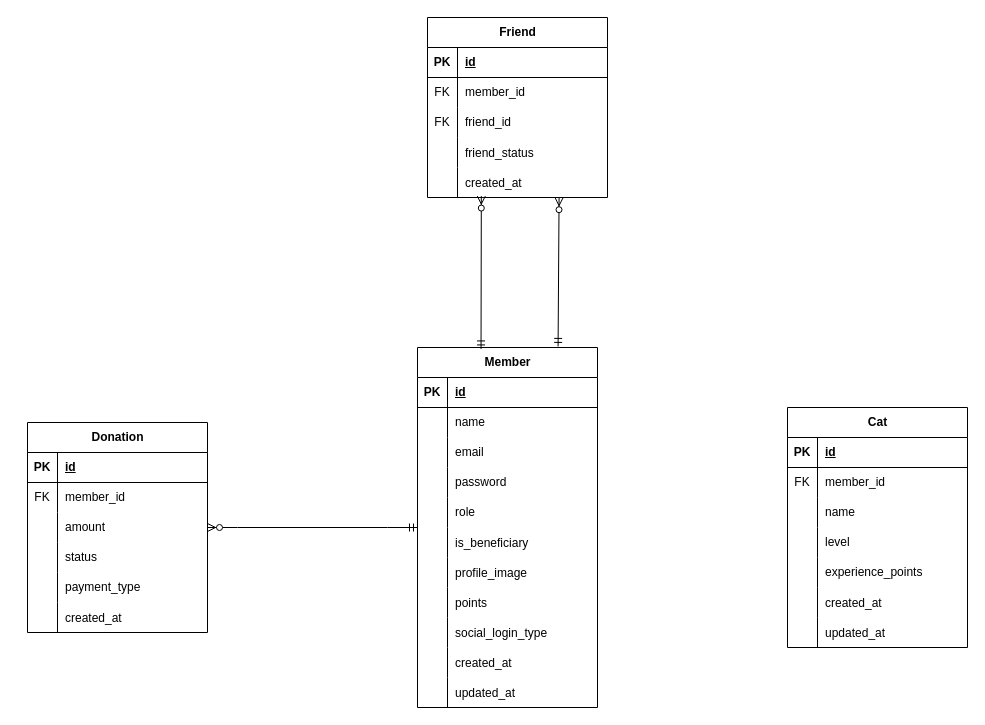
Before: ChaeumERD.drawio in 2025-Advanced-Capstone-Chaeum/ERD, a draw.io diagram. Source tidied: cells renumbered, new cells numbered last; positions are measured from the earlier drawing's top-left corner, leaving out a move shared by most shapes. Both pictures are drawn from the tidied source at 100%, with x=0, y=0 at pixel (27, 17).
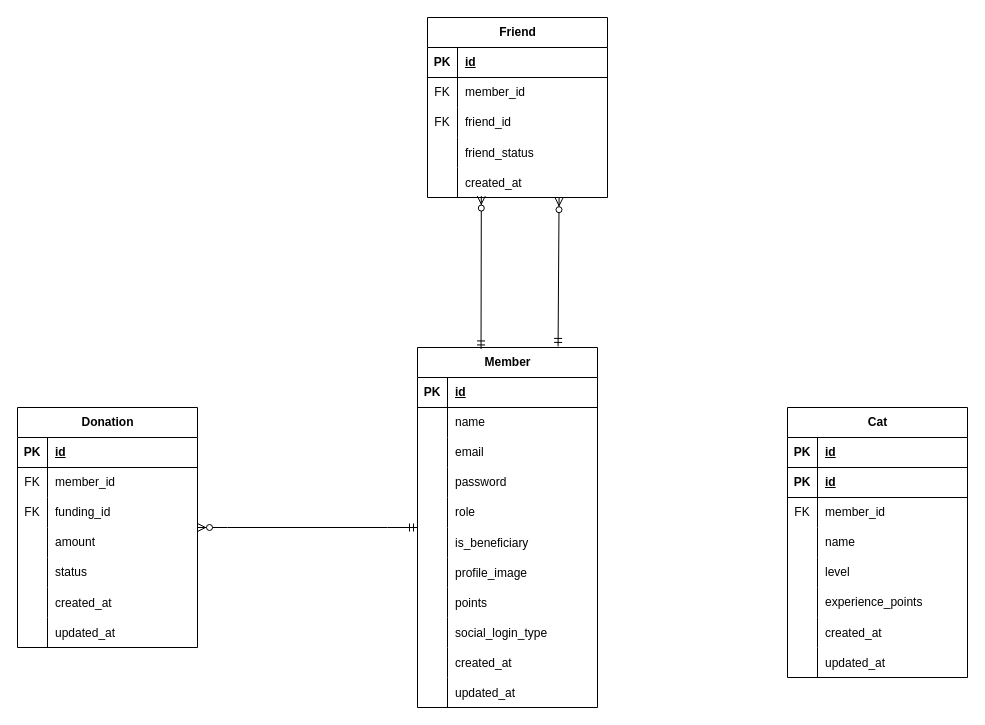
After the change.

Commit message:
docs(ERD): Donation 테이블 속성 추가

The change refers to these unchanged cells:
```xml
<mxCell id="44" style="shape=tableRow;horizontal=0;startSize=0;swimlaneHead=0;swimlaneBody=0;fillColor=none;top=0;left=0;right=0;bottom=0;" parent="37" vertex="1">
  <mxGeometry y="90" width="180" height="30" as="geometry" />
</mxCell>
<mxCell id="47" style="shape=tableRow;horizontal=0;startSize=0;swimlaneHead=0;swimlaneBody=0;fillColor=none;top=0;left=0;right=0;bottom=0;" parent="37" vertex="1">
  <mxGeometry y="120" width="180" height="30" as="geometry" />
</mxCell>
<mxCell id="50" style="shape=tableRow;horizontal=0;startSize=0;swimlaneHead=0;swimlaneBody=0;fillColor=none;top=0;left=0;right=0;bottom=0;" parent="37" vertex="1">
  <mxGeometry y="150" width="180" height="30" as="geometry" />
</mxCell>
```

Change to the diagram source:
```diff
@@
     <mxCell id="37" value="Donation" style="shape=table;startSize=30;childLayout=tableLayout;rowLines=0;fontStyle=1;align=center;html=1;" parent="1" vertex="1">
-      <mxGeometry y="405" width="180" height="210" as="geometry" />
+      <mxGeometry x="-10" y="390" width="180" height="240" as="geometry" />
     </mxCell>
@@
-    <mxCell id="45" style="shape=partialRectangle;fillColor=none;top=0;left=0;bottom=0;right=0;overflow=hidden;whiteSpace=wrap;html=1;" parent="44" vertex="1">
+    <mxCell id="45" value="FK" style="shape=partialRectangle;fillColor=none;top=0;left=0;bottom=0;right=0;overflow=hidden;whiteSpace=wrap;html=1;" parent="44" vertex="1">
       <mxGeometry width="30" height="30" as="geometry" />
     </mxCell>
-    <mxCell id="46" value="amount" style="shape=partialRectangle;fillColor=none;top=0;left=0;bottom=0;right=0;align=left;spacingLeft=6;overflow=hidden;whiteSpace=wrap;html=1;" parent="44" vertex="1">
+    <mxCell id="46" value="funding_id" style="shape=partialRectangle;fillColor=none;top=0;left=0;bottom=0;right=0;align=left;spacingLeft=6;overflow=hidden;whiteSpace=wrap;html=1;" parent="44" vertex="1">
       <mxGeometry x="30" width="150" height="30" as="geometry" />
     </mxCell>
@@
-    <mxCell id="49" value="status" style="shape=partialRectangle;fillColor=none;top=0;left=0;bottom=0;right=0;align=left;spacingLeft=6;overflow=hidden;whiteSpace=wrap;html=1;" parent="47" vertex="1">
+    <mxCell id="49" value="amount" style="shape=partialRectangle;fillColor=none;top=0;left=0;bottom=0;right=0;align=left;spacingLeft=6;overflow=hidden;whiteSpace=wrap;html=1;" parent="47" vertex="1">
       <mxGeometry x="30" width="150" height="30" as="geometry" />
     </mxCell>
@@
-    <mxCell id="52" value="payment_type" style="shape=partialRectangle;fillColor=none;top=0;left=0;bottom=0;right=0;align=left;spacingLeft=6;overflow=hidden;whiteSpace=wrap;html=1;" parent="50" vertex="1">
+    <mxCell id="52" value="status" style="shape=partialRectangle;fillColor=none;top=0;left=0;bottom=0;right=0;align=left;spacingLeft=6;overflow=hidden;whiteSpace=wrap;html=1;" parent="50" vertex="1">
       <mxGeometry x="30" width="150" height="30" as="geometry" />
     </mxCell>
@@
+    <mxCell id="97" style="shape=tableRow;horizontal=0;startSize=0;swimlaneHead=0;swimlaneBody=0;fillColor=none;top=0;left=0;right=0;bottom=0;" parent="37" vertex="1">
+      <mxGeometry y="210" width="180" height="30" as="geometry" />
+    </mxCell>
+    <mxCell id="98" style="shape=partialRectangle;fillColor=none;top=0;left=0;bottom=0;right=0;overflow=hidden;" parent="97" vertex="1">
+      <mxGeometry width="30" height="30" as="geometry" />
+    </mxCell>
+    <mxCell id="99" value="updated_at" style="shape=partialRectangle;fillColor=none;top=0;left=0;bottom=0;right=0;align=left;spacingLeft=6;overflow=hidden;" parent="97" vertex="1">
+      <mxGeometry x="30" width="150" height="30" as="geometry" />
+    </mxCell>
@@
     <mxCell id="75" value="Cat" style="shape=table;startSize=30;childLayout=tableLayout;rowLines=0;fontStyle=1;align=center;html=1;" parent="1" vertex="1">
-      <mxGeometry x="760" y="390" width="180" height="240" as="geometry" />
+      <mxGeometry x="760" y="390" width="180" height="270" as="geometry" />
     </mxCell>
+    <mxCell id="100" style="shape=tableRow;horizontal=0;startSize=0;swimlaneHead=0;swimlaneBody=0;fillColor=none;top=0;left=0;right=0;bottom=1;" parent="75" vertex="1">
+      <mxGeometry y="30" width="180" height="30" as="geometry" />
+    </mxCell>
+    <mxCell id="101" value="PK" style="shape=partialRectangle;fillColor=none;top=0;left=0;bottom=0;right=0;fontStyle=1;overflow=hidden;whiteSpace=wrap;html=1;" parent="100" vertex="1">
+      <mxGeometry width="30" height="30" as="geometry" />
+    </mxCell>
+    <mxCell id="102" value="id" style="shape=partialRectangle;fillColor=none;top=0;left=0;bottom=0;right=0;align=left;spacingLeft=6;fontStyle=5;overflow=hidden;whiteSpace=wrap;html=1;" parent="100" vertex="1">
+      <mxGeometry x="30" width="150" height="30" as="geometry" />
+    </mxCell>
     <mxCell id="76" style="shape=tableRow;horizontal=0;startSize=0;swimlaneHead=0;swimlaneBody=0;fillColor=none;top=0;left=0;right=0;bottom=1;" parent="75" vertex="1">
-      <mxGeometry y="30" width="180" height="30" as="geometry" />
+      <mxGeometry y="60" width="180" height="30" as="geometry" />
     </mxCell>
@@
     <mxCell id="79" style="shape=tableRow;horizontal=0;startSize=0;swimlaneHead=0;swimlaneBody=0;fillColor=none;top=0;left=0;right=0;bottom=0;" parent="75" vertex="1">
-      <mxGeometry y="60" width="180" height="30" as="geometry" />
+      <mxGeometry y="90" width="180" height="30" as="geometry" />
     </mxCell>
@@
     <mxCell id="82" style="shape=tableRow;horizontal=0;startSize=0;swimlaneHead=0;swimlaneBody=0;fillColor=none;top=0;left=0;right=0;bottom=0;" parent="75" vertex="1">
-      <mxGeometry y="90" width="180" height="30" as="geometry" />
+      <mxGeometry y="120" width="180" height="30" as="geometry" />
     </mxCell>
@@
     <mxCell id="85" style="shape=tableRow;horizontal=0;startSize=0;swimlaneHead=0;swimlaneBody=0;fillColor=none;top=0;left=0;right=0;bottom=0;" parent="75" vertex="1">
-      <mxGeometry y="120" width="180" height="30" as="geometry" />
+      <mxGeometry y="150" width="180" height="30" as="geometry" />
     </mxCell>
@@
     <mxCell id="88" style="shape=tableRow;horizontal=0;startSize=0;swimlaneHead=0;swimlaneBody=0;fillColor=none;top=0;left=0;right=0;bottom=0;" parent="75" vertex="1">
-      <mxGeometry y="150" width="180" height="30" as="geometry" />
+      <mxGeometry y="180" width="180" height="30" as="geometry" />
     </mxCell>
@@
     <mxCell id="91" style="shape=tableRow;horizontal=0;startSize=0;swimlaneHead=0;swimlaneBody=0;fillColor=none;top=0;left=0;right=0;bottom=0;" parent="75" vertex="1">
-      <mxGeometry y="180" width="180" height="30" as="geometry" />
+      <mxGeometry y="210" width="180" height="30" as="geometry" />
     </mxCell>
@@
     <mxCell id="94" style="shape=tableRow;horizontal=0;startSize=0;swimlaneHead=0;swimlaneBody=0;fillColor=none;top=0;left=0;right=0;bottom=0;" parent="75" vertex="1">
-      <mxGeometry y="210" width="180" height="30" as="geometry" />
+      <mxGeometry y="240" width="180" height="30" as="geometry" />
     </mxCell>
```
